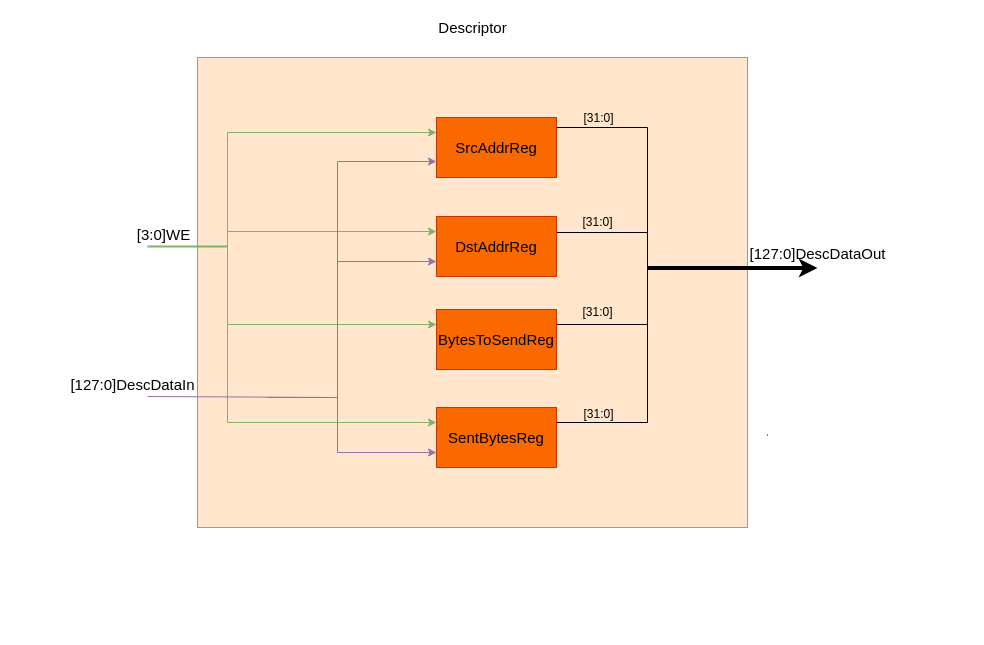
Before: chi-Doc-Draw/DMA/Drawings/Descriptor.drawio in akourkoulos/Chi-DMA, a draw.io diagram. Source tidied: cells renumbered, new cells numbered last; positions are measured from the earlier drawing's top-left corner, leaving out a move shared by most shapes. Both pictures are drawn from the tidied source at 100%, with x=0, y=0 at pixel (57, 17).
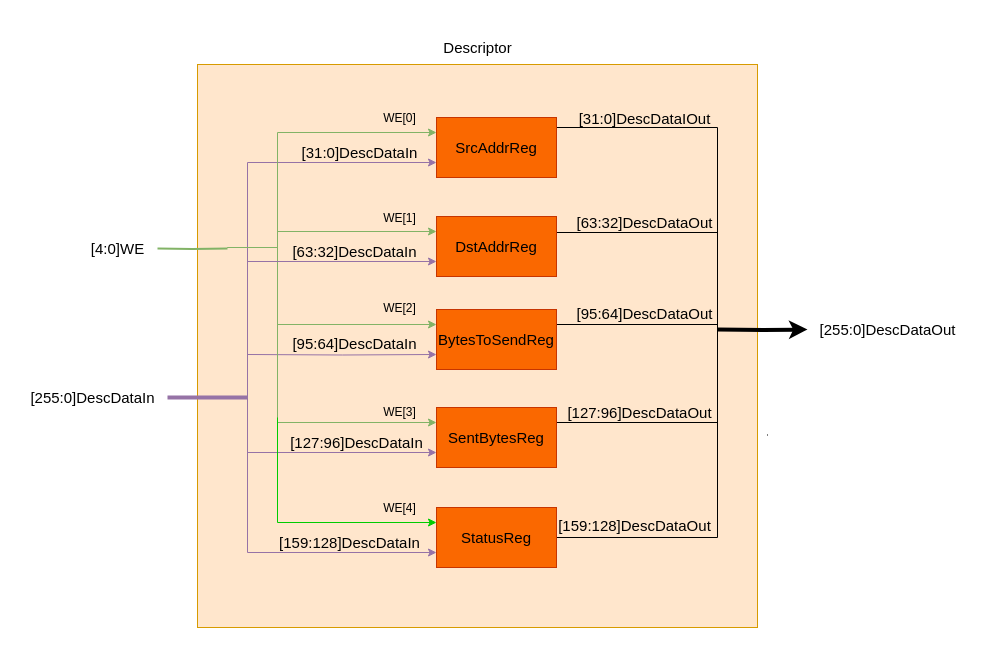
Above is the later version.

Unchanged cells that the change refers to:
```xml
<mxCell id="8" value="BytesToSendReg" style="rounded=0;whiteSpace=wrap;html=1;fontSize=15;fillColor=#fa6800;fontColor=#000000;strokeColor=#C73500;" parent="1" vertex="1">
  <mxGeometry x="379" y="292" width="120" height="60" as="geometry" />
</mxCell>
<mxCell id="11" value="SentBytesReg" style="rounded=0;whiteSpace=wrap;html=1;fontSize=15;fillColor=#fa6800;fontColor=#000000;strokeColor=#C73500;" parent="1" vertex="1">
  <mxGeometry x="379" y="390" width="120" height="60" as="geometry" />
</mxCell>
<mxCell id="13" value="SrcAddrReg" style="rounded=0;whiteSpace=wrap;html=1;fontSize=15;fillColor=#fa6800;fontColor=#000000;strokeColor=#C73500;" parent="1" vertex="1">
  <mxGeometry x="379" y="100" width="120" height="60" as="geometry" />
</mxCell>
<mxCell id="21" value="DstAddrReg" style="rounded=0;whiteSpace=wrap;html=1;fontSize=15;fillColor=#fa6800;fontColor=#000000;strokeColor=#C73500;" parent="1" vertex="1">
  <mxGeometry x="379" y="199" width="120" height="60" as="geometry" />
</mxCell>
```

Diff of the diagram source:
```diff
@@
     <mxCell id="3" style="rounded=0;whiteSpace=wrap;html=1;fillColor=#ffe6cc;strokeColor=#d79b00;" parent="1" vertex="1">
-      <mxGeometry x="140" y="40" width="550" height="470" as="geometry" />
+      <mxGeometry x="140" y="47" width="560" height="563" as="geometry" />
     </mxCell>
     <mxCell id="4" value="&lt;font style=&quot;font-size: 15px&quot;&gt;Descriptor&lt;/font&gt;" style="text;html=1;align=center;verticalAlign=middle;strokeColor=none;fillColor=none;" parent="1" vertex="1">
-      <mxGeometry x="375" width="80" height="20" as="geometry" />
+      <mxGeometry x="380" y="20" width="80" height="20" as="geometry" />
     </mxCell>
     <mxCell id="5" style="edgeStyle=orthogonalEdgeStyle;rounded=0;jettySize=auto;html=1;exitX=1;exitY=0.25;exitDx=0;exitDy=0;endArrow=none;endFill=0;" parent="1" edge="1" source="13">
       <mxGeometry relative="1" as="geometry">
-        <mxPoint x="590" y="220" as="targetPoint" />
+        <mxPoint x="660" y="220" as="targetPoint" />
         <Array as="points">
           <mxPoint x="499" y="110" />
-          <mxPoint x="590" y="110" />
+          <mxPoint x="660" y="110" />
         </Array>
       </mxGeometry>
     </mxCell>
     <mxCell id="6" style="edgeStyle=orthogonalEdgeStyle;rounded=0;orthogonalLoop=1;jettySize=auto;html=1;exitX=1;exitY=0.25;exitDx=0;exitDy=0;endArrow=none;endFill=0;" parent="1" edge="1">
       <mxGeometry relative="1" as="geometry">
         <mxPoint x="499" y="215" as="sourcePoint" />
-        <mxPoint x="590" y="250" as="targetPoint" />
+        <mxPoint x="660" y="270" as="targetPoint" />
         <Array as="points">
-          <mxPoint x="590" y="215" />
+          <mxPoint x="660" y="215" />
+          <mxPoint x="660" y="260" />
         </Array>
       </mxGeometry>
     </mxCell>
     <mxCell id="7" style="edgeStyle=orthogonalEdgeStyle;rounded=0;jettySize=auto;html=1;exitX=1;exitY=0.25;exitDx=0;exitDy=0;endArrow=none;endFill=0;" parent="1" edge="1" source="8">
       <mxGeometry relative="1" as="geometry">
-        <mxPoint x="590" y="250" as="targetPoint" />
+        <mxPoint x="660" y="250" as="targetPoint" />
         <Array as="points">
-          <mxPoint x="590" y="307" />
+          <mxPoint x="660" y="307" />
         </Array>
       </mxGeometry>
     </mxCell>
+    <mxCell id="30" style="edgeStyle=orthogonalEdgeStyle;rounded=0;jettySize=auto;html=1;exitX=0;exitY=0.75;exitDx=0;exitDy=0;startArrow=none;startFill=0;endArrow=classic;endFill=1;strokeColor=#9673a6;strokeWidth=1;entryX=0;entryY=0.75;entryDx=0;entryDy=0;fillColor=#e1d5e7;" parent="1" edge="1" target="8">
+      <mxGeometry relative="1" as="geometry">
+        <mxPoint x="190" y="337" as="sourcePoint" />
+      </mxGeometry>
+    </mxCell>
@@
     <mxCell id="10" style="edgeStyle=orthogonalEdgeStyle;rounded=0;jettySize=auto;html=1;exitX=1;exitY=0.25;exitDx=0;exitDy=0;fontSize=15;startArrow=none;startFill=0;endArrow=none;endFill=0;strokeColor=#000000;" parent="1" edge="1" source="11">
       <mxGeometry relative="1" as="geometry">
-        <mxPoint x="590" y="250" as="targetPoint" />
+        <mxPoint x="660" y="260" as="targetPoint" />
         <Array as="points">
-          <mxPoint x="590" y="405" />
+          <mxPoint x="660" y="405" />
+          <mxPoint x="660" y="260" />
         </Array>
       </mxGeometry>
     </mxCell>
@@
-    <mxCell id="12" value="[3:0]WE" style="text;html=1;align=center;verticalAlign=middle;points=[];strokeColor=none;fillColor=none;fontSize=15;" parent="1" vertex="1">
-      <mxGeometry x="66" y="202" width="80" height="30" as="geometry" />
+    <mxCell id="12" value="[4:0]WE" style="text;html=1;align=center;verticalAlign=middle;points=[];strokeColor=none;fillColor=none;fontSize=15;" parent="1" vertex="1">
+      <mxGeometry x="20" y="216" width="80" height="30" as="geometry" />
     </mxCell>
+    <mxCell id="31" style="edgeStyle=orthogonalEdgeStyle;rounded=0;jettySize=auto;html=1;strokeColor=#9673a6;strokeWidth=1;entryX=0;entryY=0.75;entryDx=0;entryDy=0;fillColor=#e1d5e7;" parent="1" edge="1" target="13">
+      <mxGeometry relative="1" as="geometry">
+        <mxPoint x="190" y="390" as="sourcePoint" />
+        <Array as="points">
+          <mxPoint x="190" y="380" />
+          <mxPoint x="190" y="145" />
+        </Array>
+      </mxGeometry>
+    </mxCell>
@@
-    <mxCell id="14" style="edgeStyle=orthogonalEdgeStyle;rounded=0;orthogonalLoop=1;jettySize=auto;html=1;exitX=0;exitY=0.5;exitDx=0;exitDy=0;startArrow=none;startFill=0;endArrow=none;endFill=0;strokeColor=#82b366;fillColor=#d5e8d4;strokeWidth=2;" parent="1" edge="1">
+    <mxCell id="14" style="edgeStyle=orthogonalEdgeStyle;rounded=0;jettySize=auto;html=1;exitX=0;exitY=0.5;exitDx=0;exitDy=0;startArrow=none;startFill=0;endArrow=none;endFill=0;strokeColor=#82b366;fillColor=#d5e8d4;strokeWidth=2;" parent="1" edge="1" target="12">
       <mxGeometry relative="1" as="geometry">
-        <mxPoint x="170" y="229" as="sourcePoint" />
-        <mxPoint x="90" y="229" as="targetPoint" />
+        <mxPoint x="170" y="231" as="sourcePoint" />
       </mxGeometry>
     </mxCell>
     <mxCell id="15" style="edgeStyle=orthogonalEdgeStyle;rounded=0;jettySize=auto;html=1;startArrow=none;startFill=0;endArrow=classic;endFill=1;strokeColor=#82b366;fillColor=#d5e8d4;entryX=0;entryY=0.25;entryDx=0;entryDy=0;" parent="1" edge="1" target="13">
       <mxGeometry relative="1" as="geometry">
         <mxPoint x="170" y="230" as="sourcePoint" />
         <Array as="points">
-          <mxPoint x="170" y="115" />
+          <mxPoint x="220" y="230" />
+          <mxPoint x="220" y="115" />
         </Array>
       </mxGeometry>
     </mxCell>
     <mxCell id="16" style="edgeStyle=orthogonalEdgeStyle;rounded=0;jettySize=auto;html=1;startArrow=none;startFill=0;endArrow=classic;endFill=1;strokeColor=#82b366;fillColor=#d5e8d4;entryX=0;entryY=0.25;entryDx=0;entryDy=0;" parent="1" edge="1" target="21">
       <mxGeometry relative="1" as="geometry">
-        <mxPoint x="170" y="220" as="sourcePoint" />
+        <mxPoint x="220" y="230" as="sourcePoint" />
         <Array as="points">
-          <mxPoint x="170" y="214" />
+          <mxPoint x="220" y="214" />
         </Array>
       </mxGeometry>
     </mxCell>
     <mxCell id="17" style="edgeStyle=orthogonalEdgeStyle;rounded=0;jettySize=auto;html=1;startArrow=none;startFill=0;endArrow=classic;endFill=1;strokeColor=#82b366;fillColor=#d5e8d4;entryX=0;entryY=0.25;entryDx=0;entryDy=0;" parent="1" edge="1" target="8">
       <mxGeometry relative="1" as="geometry">
         <mxPoint x="170" y="230" as="sourcePoint" />
         <Array as="points">
-          <mxPoint x="170" y="307" />
+          <mxPoint x="220" y="230" />
+          <mxPoint x="220" y="307" />
         </Array>
       </mxGeometry>
     </mxCell>
     <mxCell id="18" style="edgeStyle=orthogonalEdgeStyle;rounded=0;jettySize=auto;html=1;startArrow=none;startFill=0;endArrow=classic;endFill=1;strokeColor=#82b366;fillColor=#d5e8d4;entryX=0;entryY=0.25;entryDx=0;entryDy=0;" parent="1" edge="1" target="11">
       <mxGeometry relative="1" as="geometry">
         <mxPoint x="170" y="230" as="sourcePoint" />
         <Array as="points">
-          <mxPoint x="170" y="405" />
+          <mxPoint x="220" y="230" />
+          <mxPoint x="220" y="405" />
         </Array>
       </mxGeometry>
     </mxCell>
-    <mxCell id="19" style="edgeStyle=orthogonalEdgeStyle;rounded=0;orthogonalLoop=1;jettySize=auto;html=1;startArrow=classic;startFill=1;endArrow=none;endFill=0;strokeColor=#9673a6;fillColor=#e1d5e7;exitX=0;exitY=0.75;exitDx=0;exitDy=0;" parent="1" edge="1">
+    <mxCell id="19" style="edgeStyle=orthogonalEdgeStyle;rounded=0;jettySize=auto;html=1;startArrow=none;startFill=0;endArrow=none;endFill=0;strokeColor=#9673a6;fillColor=#e1d5e7;strokeWidth=4;" parent="1" edge="1" target="25">
       <mxGeometry relative="1" as="geometry">
-        <mxPoint x="379" y="144" as="sourcePoint" />
-        <mxPoint x="90" y="379" as="targetPoint" />
+        <mxPoint x="170" y="380" as="sourcePoint" />
         <Array as="points">
-          <mxPoint x="280" y="144" />
-          <mxPoint x="280" y="380" />
+          <mxPoint x="190" y="380" />
+          <mxPoint x="190" y="380" />
         </Array>
       </mxGeometry>
     </mxCell>
     <mxCell id="20" style="edgeStyle=orthogonalEdgeStyle;rounded=0;jettySize=auto;html=1;startArrow=classic;startFill=1;endArrow=none;endFill=0;strokeColor=#9673a6;fillColor=#e1d5e7;exitX=0;exitY=0.75;exitDx=0;exitDy=0;" parent="1" edge="1" source="21">
       <mxGeometry relative="1" as="geometry">
-        <mxPoint x="280" y="240" as="targetPoint" />
+        <mxPoint x="190" y="380" as="targetPoint" />
         <Array as="points">
-          <mxPoint x="280" y="244" />
+          <mxPoint x="190" y="244" />
+          <mxPoint x="190" y="380" />
         </Array>
       </mxGeometry>
     </mxCell>
@@
     <mxCell id="22" style="edgeStyle=orthogonalEdgeStyle;rounded=0;jettySize=auto;html=1;exitX=0;exitY=0.75;exitDx=0;exitDy=0;fontSize=15;startArrow=classic;startFill=1;endArrow=none;endFill=0;strokeColor=#9673a6;fillColor=#e1d5e7;" parent="1" edge="1" source="11">
       <mxGeometry relative="1" as="geometry">
-        <mxPoint x="210" y="380" as="targetPoint" />
+        <mxPoint x="190" y="380" as="targetPoint" />
         <Array as="points">
-          <mxPoint x="280" y="435" />
-          <mxPoint x="280" y="380" />
+          <mxPoint x="190" y="435" />
+          <mxPoint x="190" y="380" />
         </Array>
       </mxGeometry>
     </mxCell>
-    <mxCell id="23" style="edgeStyle=orthogonalEdgeStyle;rounded=0;orthogonalLoop=1;jettySize=auto;html=1;exitX=1;exitY=0.5;exitDx=0;exitDy=0;fontSize=15;startArrow=none;startFill=0;endArrow=classic;endFill=1;strokeColor=#000000;strokeWidth=4;" parent="1" edge="1">
+    <mxCell id="23" style="edgeStyle=orthogonalEdgeStyle;rounded=0;jettySize=auto;html=1;fontSize=15;startArrow=none;startFill=0;endArrow=classic;endFill=1;strokeColor=#000000;strokeWidth=4;" parent="1" edge="1" target="24">
       <mxGeometry relative="1" as="geometry">
-        <mxPoint x="590" y="250.5" as="sourcePoint" />
-        <mxPoint x="760" y="250.5" as="targetPoint" />
+        <mxPoint x="660" y="312" as="sourcePoint" />
       </mxGeometry>
     </mxCell>
-    <mxCell id="24" value="[127:0]DescDataOut" style="text;html=1;align=center;verticalAlign=middle;points=[];strokeColor=none;fillColor=none;fontSize=15;" parent="1" vertex="1">
-      <mxGeometry x="680" y="221" width="160" height="30" as="geometry" />
+    <mxCell id="24" value="[255:0]DescDataOut" style="text;html=1;align=center;verticalAlign=middle;points=[];strokeColor=none;fillColor=none;fontSize=15;" parent="1" vertex="1">
+      <mxGeometry x="750" y="297" width="160" height="30" as="geometry" />
     </mxCell>
-    <mxCell id="25" value="&lt;font style=&quot;font-size: 15px;&quot;&gt;[127:0]DescDataIn&lt;/font&gt;" style="text;html=1;align=center;verticalAlign=middle;points=[];strokeColor=none;fillColor=none;" parent="1" vertex="1">
-      <mxGeometry y="352" width="150" height="30" as="geometry" />
+    <mxCell id="25" value="&lt;span style=&quot;font-size: 15px;&quot;&gt;[255:0]DescDataIn&lt;/span&gt;" style="text;html=1;align=center;verticalAlign=middle;points=[];strokeColor=none;fillColor=none;" parent="1" vertex="1">
+      <mxGeometry x="-40" y="365" width="150" height="30" as="geometry" />
     </mxCell>
-    <mxCell id="26" value="[31:0]" style="text;html=1;align=center;verticalAlign=middle;strokeColor=none;fillColor=none;" parent="1" vertex="1">
-      <mxGeometry x="516" y="86" width="50" height="30" as="geometry" />
+    <mxCell id="26" value="&lt;span style=&quot;font-size: 15px;&quot;&gt;[31:0]DescDataIOut&lt;/span&gt;" style="text;html=1;align=center;verticalAlign=middle;strokeColor=none;fillColor=none;" parent="1" vertex="1">
+      <mxGeometry x="507" y="86" width="160" height="30" as="geometry" />
     </mxCell>
-    <mxCell id="27" value="[31:0]" style="text;html=1;align=center;verticalAlign=middle;strokeColor=none;fillColor=none;" parent="1" vertex="1">
-      <mxGeometry x="514.5" y="280" width="50" height="30" as="geometry" />
-    </mxCell>
-    <mxCell id="28" value="[31:0]" style="text;html=1;align=center;verticalAlign=middle;strokeColor=none;fillColor=none;" parent="1" vertex="1">
-      <mxGeometry x="514.5" y="190" width="50" height="30" as="geometry" />
+    <mxCell id="28" value="&lt;span style=&quot;font-size: 15px;&quot;&gt;[63:32]DescDataOut&lt;/span&gt;" style="text;html=1;align=center;verticalAlign=middle;strokeColor=none;fillColor=none;" parent="1" vertex="1">
+      <mxGeometry x="507" y="190" width="160" height="30" as="geometry" />
     </mxCell>
-    <mxCell id="29" value="[31:0]" style="text;html=1;align=center;verticalAlign=middle;strokeColor=none;fillColor=none;" parent="1" vertex="1">
-      <mxGeometry x="516" y="382" width="50" height="30" as="geometry" />
+    <mxCell id="29" value="&lt;span style=&quot;font-size: 15px;&quot;&gt;[95:64]DescDataOut&lt;/span&gt;" style="text;html=1;align=center;verticalAlign=middle;strokeColor=none;fillColor=none;" parent="1" vertex="1">
+      <mxGeometry x="507" y="281" width="160" height="30" as="geometry" />
     </mxCell>
+    <mxCell id="32" style="edgeStyle=orthogonalEdgeStyle;rounded=0;jettySize=auto;html=1;entryX=0;entryY=0.25;entryDx=0;entryDy=0;strokeColor=#00CC00;" parent="1" edge="1" target="35">
+      <mxGeometry relative="1" as="geometry">
+        <mxPoint x="220" y="400" as="sourcePoint" />
+        <Array as="points">
+          <mxPoint x="220" y="400" />
+          <mxPoint x="220" y="505" />
+        </Array>
+      </mxGeometry>
+    </mxCell>
+    <mxCell id="33" style="edgeStyle=orthogonalEdgeStyle;rounded=0;jettySize=auto;html=1;strokeColor=#9673a6;entryX=0;entryY=0.75;entryDx=0;entryDy=0;fillColor=#e1d5e7;" parent="1" edge="1" target="35">
+      <mxGeometry relative="1" as="geometry">
+        <mxPoint x="190" y="420" as="sourcePoint" />
+        <Array as="points">
+          <mxPoint x="190" y="420" />
+          <mxPoint x="190" y="535" />
+        </Array>
+      </mxGeometry>
+    </mxCell>
+    <mxCell id="34" style="edgeStyle=orthogonalEdgeStyle;rounded=0;jettySize=auto;html=1;exitX=1;exitY=0.5;exitDx=0;exitDy=0;startArrow=none;startFill=0;strokeColor=#000000;strokeWidth=1;endArrow=none;endFill=0;" parent="1" edge="1" source="35">
+      <mxGeometry relative="1" as="geometry">
+        <mxPoint x="660" y="370" as="targetPoint" />
+        <Array as="points">
+          <mxPoint x="660" y="520" />
+          <mxPoint x="660" y="370" />
+        </Array>
+      </mxGeometry>
+    </mxCell>
+    <mxCell id="35" value="StatusReg" style="rounded=0;whiteSpace=wrap;html=1;fontSize=15;fillColor=#fa6800;fontColor=#000000;strokeColor=#C73500;" parent="1" vertex="1">
+      <mxGeometry x="379" y="490" width="120" height="60" as="geometry" />
+    </mxCell>
+    <mxCell id="36" value="&lt;span style=&quot;font-size: 15px;&quot;&gt;[127:96]DescDataOut&lt;/span&gt;" style="text;html=1;align=center;verticalAlign=middle;strokeColor=none;fillColor=none;" parent="1" vertex="1">
+      <mxGeometry x="497" y="380" width="170" height="30" as="geometry" />
+    </mxCell>
+    <mxCell id="37" value="WE[0]" style="text;html=1;align=center;verticalAlign=middle;strokeColor=none;fillColor=none;" parent="1" vertex="1">
+      <mxGeometry x="312" y="86" width="60" height="30" as="geometry" />
+    </mxCell>
+    <mxCell id="38" value="WE[1]" style="text;html=1;align=center;verticalAlign=middle;strokeColor=none;fillColor=none;" parent="1" vertex="1">
+      <mxGeometry x="312" y="186" width="60" height="30" as="geometry" />
+    </mxCell>
+    <mxCell id="39" value="WE[2]" style="text;html=1;align=center;verticalAlign=middle;strokeColor=none;fillColor=none;" parent="1" vertex="1">
+      <mxGeometry x="312" y="276" width="60" height="30" as="geometry" />
+    </mxCell>
+    <mxCell id="40" value="WE[3]" style="text;html=1;align=center;verticalAlign=middle;strokeColor=none;fillColor=none;" parent="1" vertex="1">
+      <mxGeometry x="312" y="380" width="60" height="30" as="geometry" />
+    </mxCell>
+    <mxCell id="41" value="WE[4]" style="text;html=1;align=center;verticalAlign=middle;strokeColor=none;fillColor=none;" parent="1" vertex="1">
+      <mxGeometry x="312" y="476" width="60" height="30" as="geometry" />
+    </mxCell>
+    <mxCell id="42" value="&lt;span style=&quot;font-size: 15px;&quot;&gt;[31:0]DescDataIn&lt;/span&gt;" style="text;html=1;align=center;verticalAlign=middle;strokeColor=none;fillColor=none;" parent="1" vertex="1">
+      <mxGeometry x="232" y="120" width="140" height="30" as="geometry" />
+    </mxCell>
+    <mxCell id="43" value="&lt;span style=&quot;font-size: 15px;&quot;&gt;[63:32]DescDataIn&lt;/span&gt;" style="text;html=1;align=center;verticalAlign=middle;strokeColor=none;fillColor=none;" parent="1" vertex="1">
+      <mxGeometry x="222" y="219" width="150" height="30" as="geometry" />
+    </mxCell>
+    <mxCell id="44" value="&lt;span style=&quot;font-size: 15px;&quot;&gt;[95:64]DescDataIn&lt;/span&gt;" style="text;html=1;align=center;verticalAlign=middle;strokeColor=none;fillColor=none;" parent="1" vertex="1">
+      <mxGeometry x="222" y="311" width="150" height="30" as="geometry" />
+    </mxCell>
+    <mxCell id="45" value="&lt;span style=&quot;font-size: 15px;&quot;&gt;[127:96]DescDataIn&lt;/span&gt;" style="text;html=1;align=center;verticalAlign=middle;strokeColor=none;fillColor=none;" parent="1" vertex="1">
+      <mxGeometry x="219" y="410" width="160" height="30" as="geometry" />
+    </mxCell>
+    <mxCell id="46" value="&lt;span style=&quot;font-size: 15px;&quot;&gt;[159:128]DescDataIn&lt;/span&gt;" style="text;html=1;align=center;verticalAlign=middle;strokeColor=none;fillColor=none;" parent="1" vertex="1">
+      <mxGeometry x="212" y="510" width="160" height="30" as="geometry" />
+    </mxCell>
+    <mxCell id="47" value="&lt;span style=&quot;font-size: 15px;&quot;&gt;[159:128]DescDataOut&lt;/span&gt;" style="text;html=1;align=center;verticalAlign=middle;strokeColor=none;fillColor=none;" parent="1" vertex="1">
+      <mxGeometry x="487" y="493" width="180" height="30" as="geometry" />
+    </mxCell>
```
